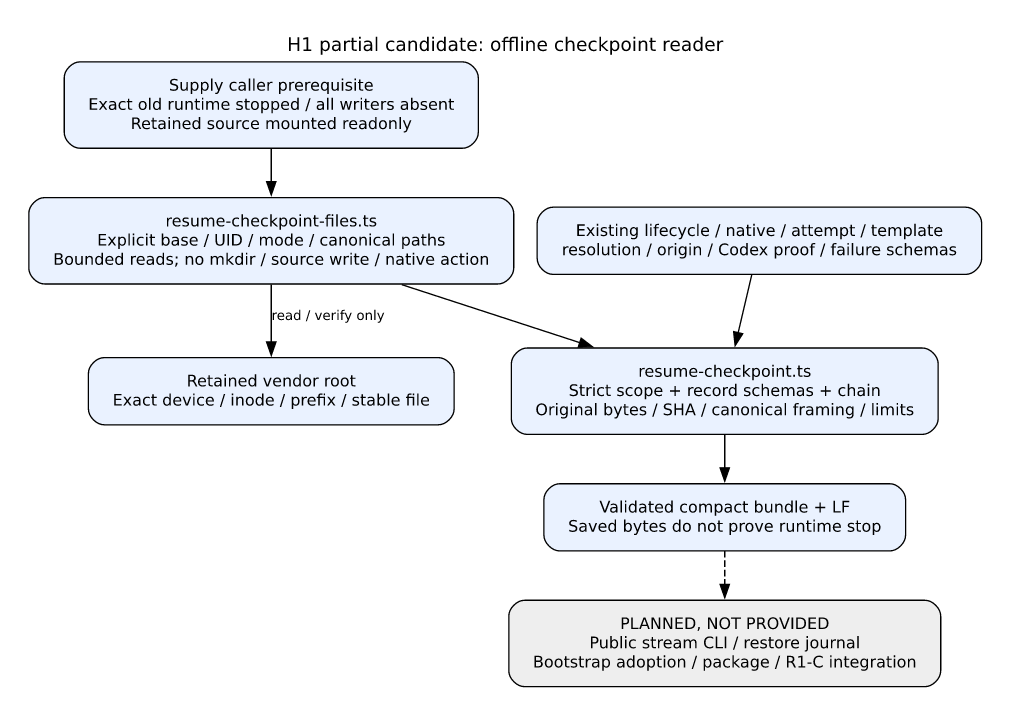
Earlier version of the Graphviz export docs/architecture/resume-checkpoint.png (kitepon/aiterm-mcp). Its source is kept beside it as docs/architecture/resume-checkpoint.dot. Its diagram source:
```dot
digraph checkpoint {
 graph [rankdir=TB,bgcolor="white",pad=0.3,fontname="DejaVu Sans",label="H1 partial candidate: offline checkpoint reader",labelloc=t];
 node [shape=box,style="rounded,filled",fillcolor="#eaf2ff",fontname="DejaVu Sans",fontsize=12,margin="0.25,0.15"];
 edge [fontname="DejaVu Sans",fontsize=10];
 caller [label="Supply caller prerequisite\nExact old runtime stopped / all writers absent\nRetained source mounted readonly"];
 files [label="resume-checkpoint-files.ts\nExplicit base / UID / mode / canonical paths\nBounded reads; no mkdir / source write / native action"];
 codec [label="resume-checkpoint.ts\nStrict scope + record schemas + chain\nOriginal bytes / SHA / canonical framing / limits"];
 schemas [label="Existing lifecycle / native / attempt / template\nresolution / origin / Codex proof / failure schemas"];
 vendor [label="Retained vendor root\nExact device / inode / prefix / stable file"];
 result [label="Validated compact bundle + LF\nSaved bytes do not prove runtime stop"];
 future [fillcolor="#eeeeee",label="PLANNED, NOT PROVIDED\nPublic stream CLI / restore journal\nBootstrap adoption / package / R1-C integration"];
 caller -> files -> codec -> result;
 schemas -> codec;
 files -> vendor [label="read / verify only"];
 result -> future [style=dashed];
}
```
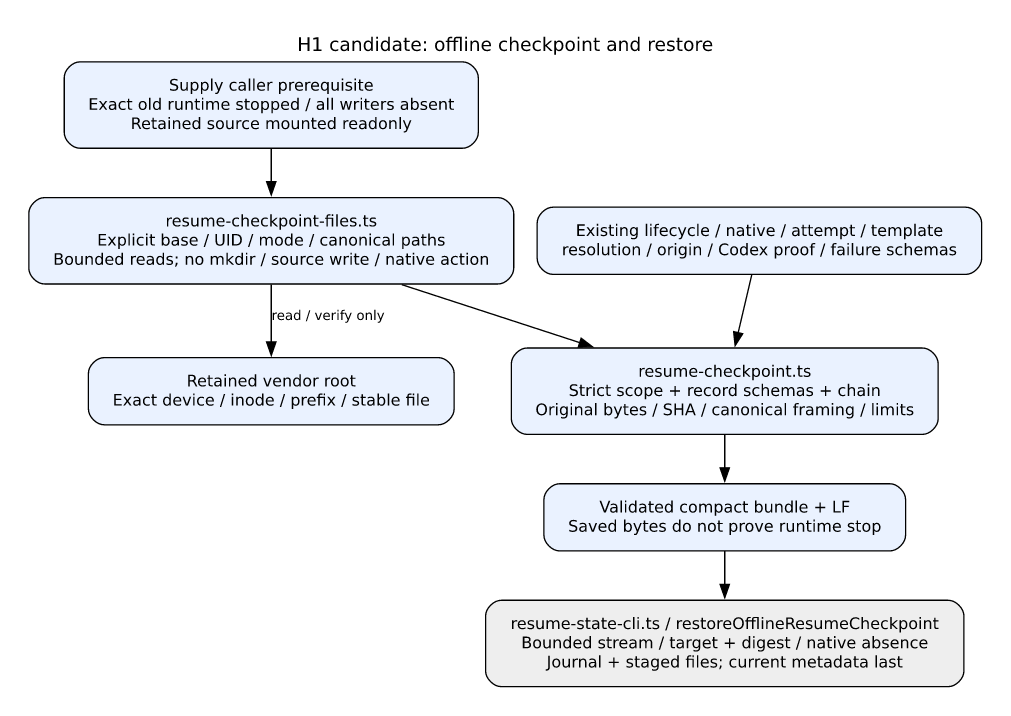
Later version of the same file.

The edit, as a diff of the source:
```diff
@@ -1,5 +1,5 @@
 digraph checkpoint {
- graph [rankdir=TB,bgcolor="white",pad=0.3,fontname="DejaVu Sans",label="H1 partial candidate: offline checkpoint reader",labelloc=t];
+ graph [rankdir=TB,bgcolor="white",pad=0.3,fontname="DejaVu Sans",label="H1 candidate: offline checkpoint and restore",labelloc=t];
  node [shape=box,style="rounded,filled",fillcolor="#eaf2ff",fontname="DejaVu Sans",fontsize=12,margin="0.25,0.15"];
  edge [fontname="DejaVu Sans",fontsize=10];
  caller [label="Supply caller prerequisite\nExact old runtime stopped / all writers absent\nRetained source mounted readonly"];
@@ -8,9 +8,9 @@
  schemas [label="Existing lifecycle / native / attempt / template\nresolution / origin / Codex proof / failure schemas"];
  vendor [label="Retained vendor root\nExact device / inode / prefix / stable file"];
  result [label="Validated compact bundle + LF\nSaved bytes do not prove runtime stop"];
- future [fillcolor="#eeeeee",label="PLANNED, NOT PROVIDED\nPublic stream CLI / restore journal\nBootstrap adoption / package / R1-C integration"];
+ future [fillcolor="#eeeeee",label="resume-state-cli.ts / restoreOfflineResumeCheckpoint\nBounded stream / target + digest / native absence\nJournal + staged files; current metadata last"];
  caller -> files -> codec -> result;
  schemas -> codec;
  files -> vendor [label="read / verify only"];
- result -> future [style=dashed];
+ result -> future;
 }
```
